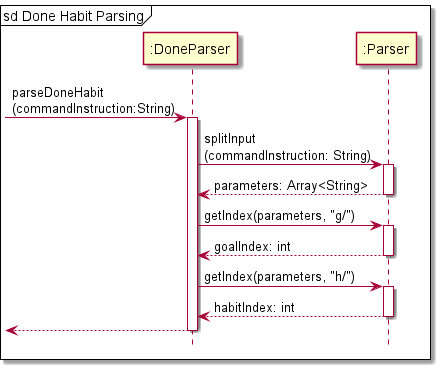
This is docs/Diagram_Images/Implementation_Diagram_Images/DoneCommandParserSequenceDiagram.png from nus-cs2113-AY2122S1/tp, a PlantUML export, as it was before one commit. Source of this version:
```plantuml
@startuml
!include Style.puml

mainframe sd Done Habit Parsing

-> ":DoneParser": parseDoneHabit\n(commandInstruction:String)
activate ":DoneParser"

":DoneParser" -> ":Parser": splitInput\n(commandInstruction: String)
activate ":Parser"
":Parser" --> ":DoneParser": parameters: Array<String>
deactivate ":Parser"

":DoneParser" -> ":Parser": getIndex(parameters, "g/")
activate ":Parser"
":Parser" --> ":DoneParser": goalIndex: int
deactivate ":Parser"

":DoneParser" -> ":Parser": getIndex(parameters, "h/")
activate ":Parser"
":Parser" --> ":DoneParser": habitIndex: int
deactivate ":Parser"

<-- ":DoneParser"
deactivate ":DoneParser"

@enduml
```
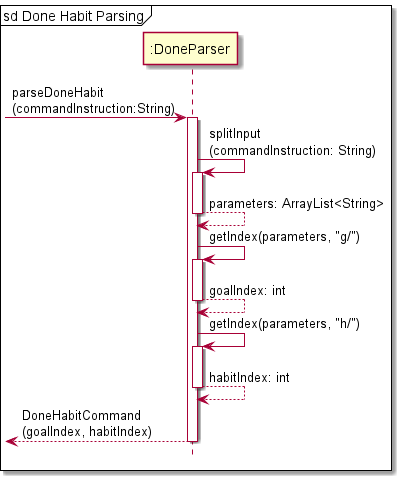
After the commit.

The edit, as a diff of the source:
```diff
@@ -6,22 +6,22 @@
 -> ":DoneParser": parseDoneHabit\n(commandInstruction:String)
 activate ":DoneParser"
 
-":DoneParser" -> ":Parser": splitInput\n(commandInstruction: String)
-activate ":Parser"
-":Parser" --> ":DoneParser": parameters: Array<String>
-deactivate ":Parser"
+":DoneParser" -> ":DoneParser": splitInput\n(commandInstruction: String)
+activate ":DoneParser"
+":DoneParser" --> ":DoneParser": parameters: ArrayList<String>
+deactivate ":DoneParser"
 
-":DoneParser" -> ":Parser": getIndex(parameters, "g/")
-activate ":Parser"
-":Parser" --> ":DoneParser": goalIndex: int
-deactivate ":Parser"
+":DoneParser" -> ":DoneParser": getIndex(parameters, "g/")
+activate ":DoneParser"
+":DoneParser" --> ":DoneParser": goalIndex: int
+deactivate ":DoneParser"
 
-":DoneParser" -> ":Parser": getIndex(parameters, "h/")
-activate ":Parser"
-":Parser" --> ":DoneParser": habitIndex: int
-deactivate ":Parser"
+":DoneParser" -> ":DoneParser": getIndex(parameters, "h/")
+activate ":DoneParser"
+":DoneParser" --> ":DoneParser": habitIndex: int
+deactivate ":DoneParser"
 
-<-- ":DoneParser"
+<-- ":DoneParser": DoneHabitCommand\n(goalIndex, habitIndex)
 deactivate ":DoneParser"
 
 @enduml
```
